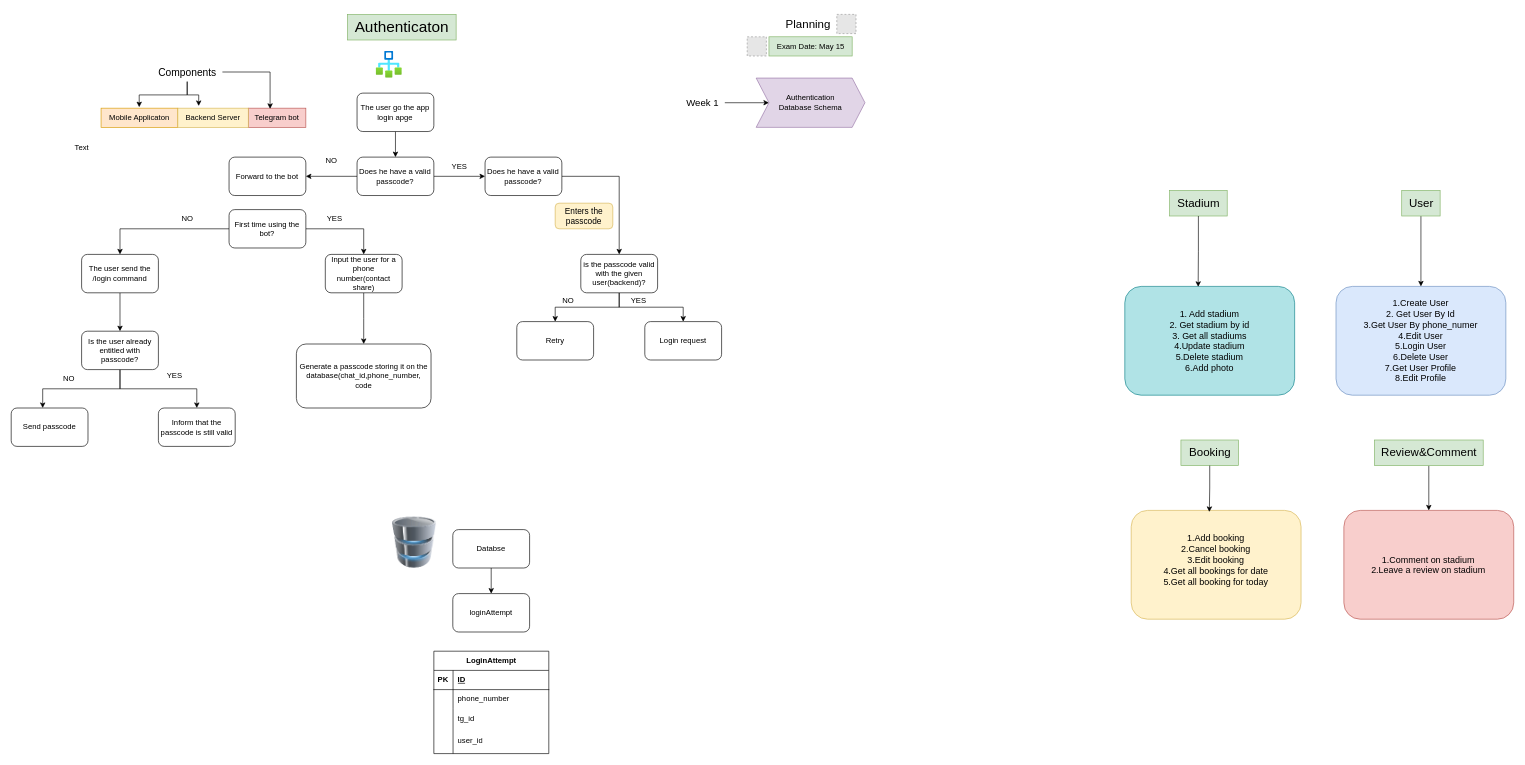
This is goball.drawio from abdukod1rov/git-demo, a draw.io file, before an edit. Source tidied: cells renumbered, new cells numbered last; positions are measured from the earlier drawing's top-left corner, leaving out a move shared by most shapes. Both pictures are drawn from the tidied source at 64%, with x=0, y=0 at pixel (11, 11). Pictures stored in the file or linked from it are replaced by grey dashed boxes.
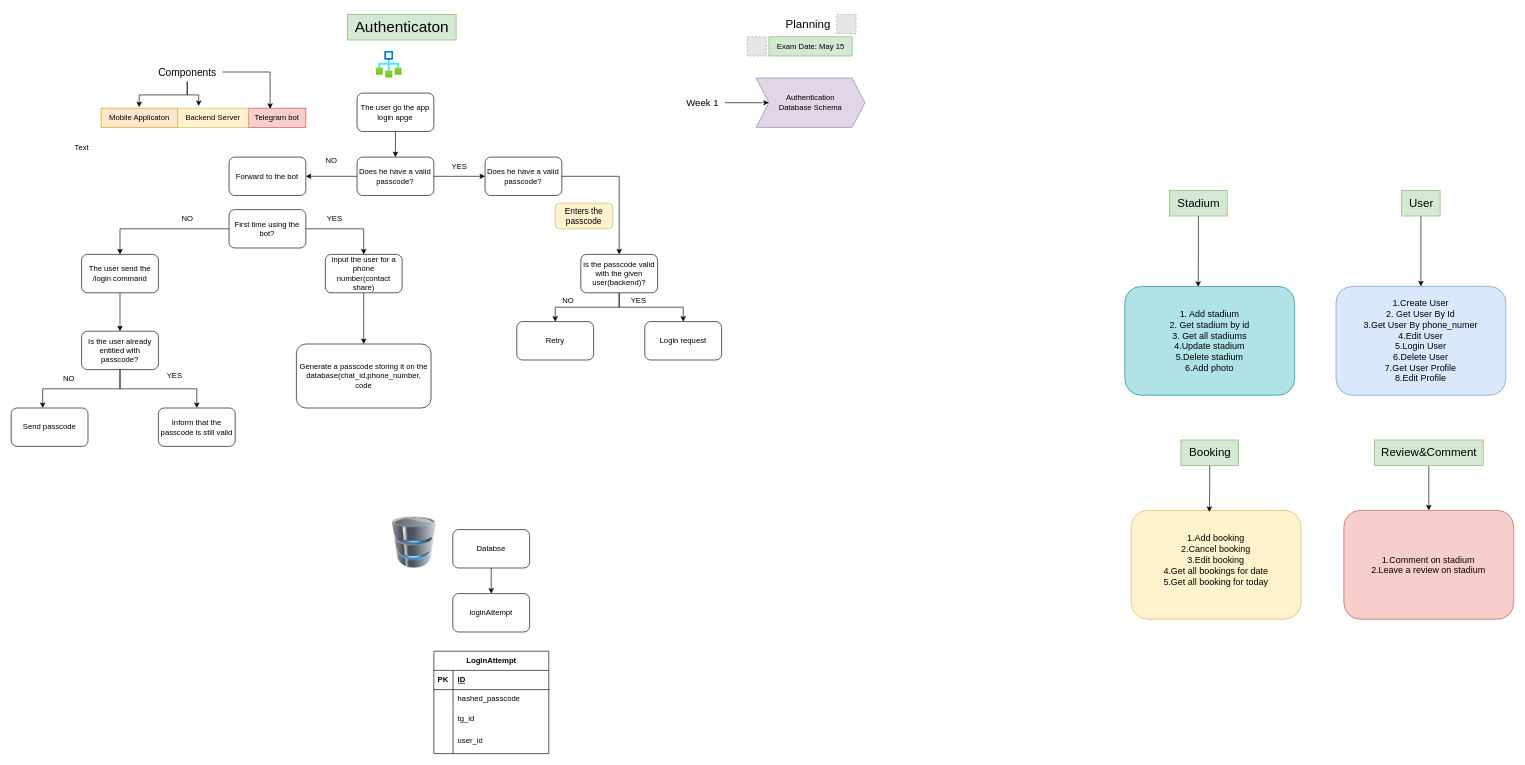
Above is the later version.

The change refers to these unchanged cells:
```xml
<mxCell id="75" style="shape=tableRow;horizontal=0;startSize=0;swimlaneHead=0;swimlaneBody=0;fillColor=none;top=0;left=0;right=0;bottom=0;" parent="71" vertex="1">
  <mxGeometry y="60" width="179.6" height="30" as="geometry" />
</mxCell>
```

Diff of the diagram source:
```diff
@@
-    <mxCell id="77" value="phone_number" style="shape=partialRectangle;fillColor=none;top=0;left=0;bottom=0;right=0;align=left;spacingLeft=6;overflow=hidden;whiteSpace=wrap;html=1;" parent="75" vertex="1">
+    <mxCell id="77" value="hashed_passcode" style="shape=partialRectangle;fillColor=none;top=0;left=0;bottom=0;right=0;align=left;spacingLeft=6;overflow=hidden;whiteSpace=wrap;html=1;" parent="75" vertex="1">
       <mxGeometry x="30" width="149.6" height="30" as="geometry" />
     </mxCell>
```
